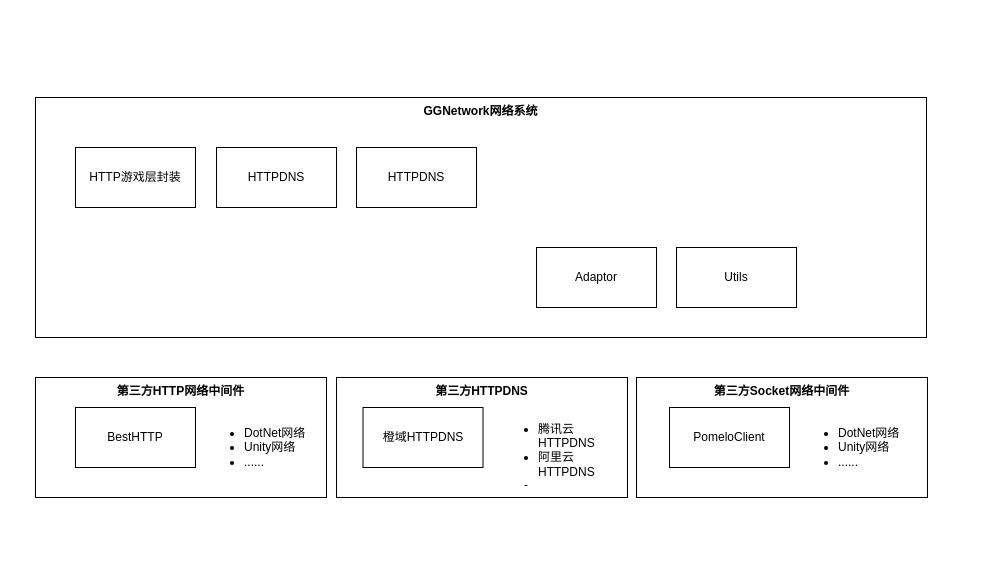
This is documents/TDD/GGNetwork_TDD.drawio from gonglei007/GGFramework-GGNetwork, a draw.io file, before an edit. Source tidied: cells renumbered, new cells numbered last; positions are measured from the earlier drawing's top-left corner, leaving out a move shared by most shapes. Both pictures are drawn from the tidied source at 100%, with x=0, y=0 at pixel (35, 97).
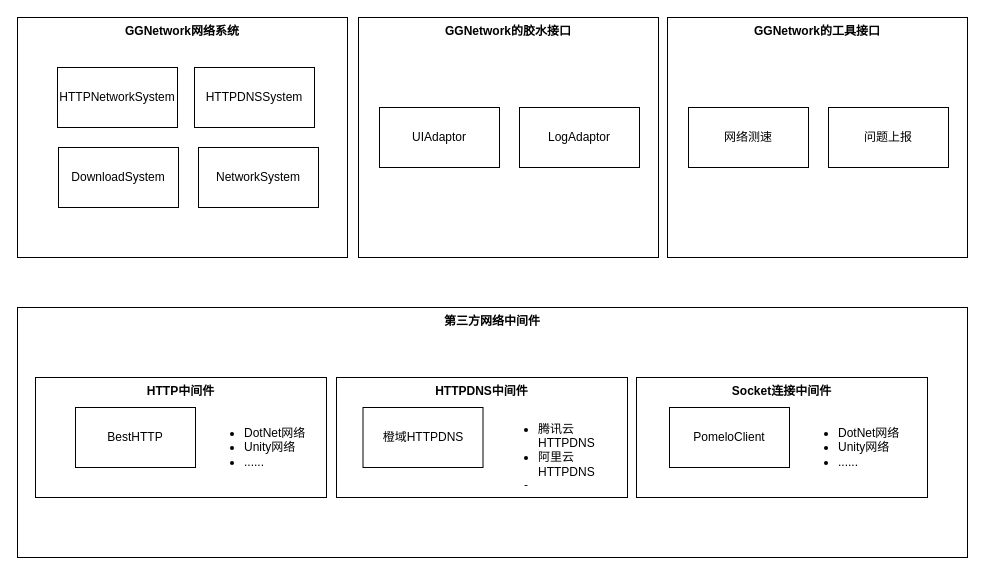
The same diagram, later.

What changed in the source:
```diff
@@
+    <mxCell id="11" value="第三方网络中间件" style="rounded=0;whiteSpace=wrap;html=1;fontStyle=1;horizontal=1;verticalAlign=top;" parent="1" vertex="1">
+      <mxGeometry x="-18" y="210" width="950" height="250" as="geometry" />
+    </mxCell>
-    <mxCell id="2" value="第三方HTTPDNS" style="rounded=0;whiteSpace=wrap;html=1;verticalAlign=top;fontStyle=1;" parent="1" vertex="1">
+    <mxCell id="2" value="HTTPDNS中间件" style="rounded=0;whiteSpace=wrap;html=1;verticalAlign=top;fontStyle=1;" parent="1" vertex="1">
       <mxGeometry x="301" y="280" width="291" height="120" as="geometry" />
     </mxCell>
-    <mxCell id="3" value="第三方HTTP网络中间件" style="rounded=0;whiteSpace=wrap;html=1;verticalAlign=top;fontStyle=1;" parent="1" vertex="1">
+    <mxCell id="3" value="HTTP中间件" style="rounded=0;whiteSpace=wrap;html=1;verticalAlign=top;fontStyle=1;" parent="1" vertex="1">
       <mxGeometry y="280" width="291" height="120" as="geometry" />
     </mxCell>
@@
     <mxCell id="6" value="GGNetwork网络系统" style="rounded=0;whiteSpace=wrap;html=1;verticalAlign=top;fontStyle=1;" parent="1" vertex="1">
-      <mxGeometry width="891" height="240" as="geometry" />
+      <mxGeometry x="-18" y="-80" width="330" height="240" as="geometry" />
     </mxCell>
-    <mxCell id="7" value="HTTP游戏层封装" style="rounded=0;whiteSpace=wrap;html=1;" parent="1" vertex="1">
-      <mxGeometry x="40" y="50" width="120" height="60" as="geometry" />
+    <mxCell id="7" value="HTTPNetworkSystem" style="rounded=0;whiteSpace=wrap;html=1;" parent="1" vertex="1">
+      <mxGeometry x="22" y="-30" width="120" height="60" as="geometry" />
     </mxCell>
-    <mxCell id="8" value="HTTPDNS" style="rounded=0;whiteSpace=wrap;html=1;" parent="1" vertex="1">
-      <mxGeometry x="181" y="50" width="120" height="60" as="geometry" />
+    <mxCell id="8" value="NetworkSystem" style="rounded=0;whiteSpace=wrap;html=1;" parent="1" vertex="1">
+      <mxGeometry x="163" y="50" width="120" height="60" as="geometry" />
     </mxCell>
-    <mxCell id="9" value="HTTPDNS" style="rounded=0;whiteSpace=wrap;html=1;" parent="1" vertex="1">
-      <mxGeometry x="321" y="50" width="120" height="60" as="geometry" />
+    <mxCell id="9" value="HTTPDNSSystem" style="rounded=0;whiteSpace=wrap;html=1;" parent="1" vertex="1">
+      <mxGeometry x="159" y="-30" width="120" height="60" as="geometry" />
     </mxCell>
-    <mxCell id="10" value="Adaptor" style="rounded=0;whiteSpace=wrap;html=1;" parent="1" vertex="1">
-      <mxGeometry x="501" y="150" width="120" height="60" as="geometry" />
-    </mxCell>
-    <mxCell id="11" value="Utils" style="rounded=0;whiteSpace=wrap;html=1;" parent="1" vertex="1">
-      <mxGeometry x="641" y="150" width="120" height="60" as="geometry" />
-    </mxCell>
-    <mxCell id="12" value="第三方Socket网络中间件" style="rounded=0;whiteSpace=wrap;html=1;verticalAlign=top;fontStyle=1;" parent="1" vertex="1">
+    <mxCell id="12" value="Socket连接中间件" style="rounded=0;whiteSpace=wrap;html=1;verticalAlign=top;fontStyle=1;" parent="1" vertex="1">
       <mxGeometry x="601" y="280" width="291" height="120" as="geometry" />
     </mxCell>
@@
+    <mxCell id="17" value="DownloadSystem" style="rounded=0;whiteSpace=wrap;html=1;" parent="1" vertex="1">
+      <mxGeometry x="23" y="50" width="120" height="60" as="geometry" />
+    </mxCell>
+    <mxCell id="18" value="GGNetwork的工具接口" style="rounded=0;whiteSpace=wrap;html=1;verticalAlign=top;fontStyle=1;" parent="1" vertex="1">
+      <mxGeometry x="632" y="-80" width="300" height="240" as="geometry" />
+    </mxCell>
+    <mxCell id="19" value="问题上报" style="rounded=0;whiteSpace=wrap;html=1;" parent="1" vertex="1">
+      <mxGeometry x="793" y="10" width="120" height="60" as="geometry" />
+    </mxCell>
+    <mxCell id="20" value="网络测速" style="rounded=0;whiteSpace=wrap;html=1;" parent="1" vertex="1">
+      <mxGeometry x="653" y="10" width="120" height="60" as="geometry" />
+    </mxCell>
+    <mxCell id="21" value="GGNetwork的胶水接口" style="rounded=0;whiteSpace=wrap;html=1;verticalAlign=top;fontStyle=1;" parent="1" vertex="1">
+      <mxGeometry x="323" y="-80" width="300" height="240" as="geometry" />
+    </mxCell>
+    <mxCell id="22" value="LogAdaptor" style="rounded=0;whiteSpace=wrap;html=1;" parent="1" vertex="1">
+      <mxGeometry x="484" y="10" width="120" height="60" as="geometry" />
+    </mxCell>
+    <mxCell id="23" value="UIAdaptor" style="rounded=0;whiteSpace=wrap;html=1;" parent="1" vertex="1">
+      <mxGeometry x="344" y="10" width="120" height="60" as="geometry" />
+    </mxCell>
```
